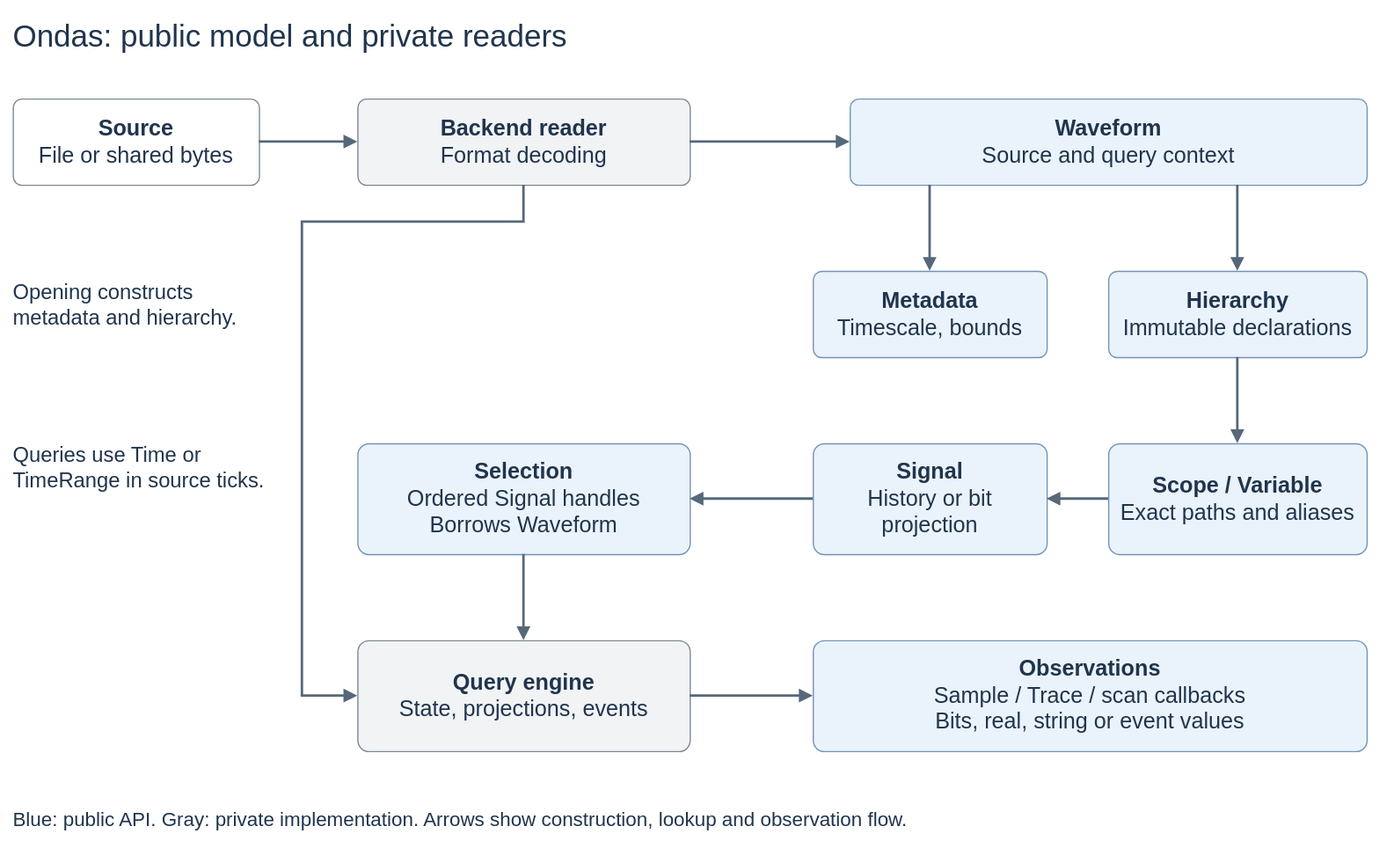
Earlier version of the draw.io export docs/images/architecture.drawio.svg (kleverhq/ondas). Source tidied: cells renumbered, new cells last; positions are measured from the earlier drawing's top-left corner, leaving out a move shared by most shapes.
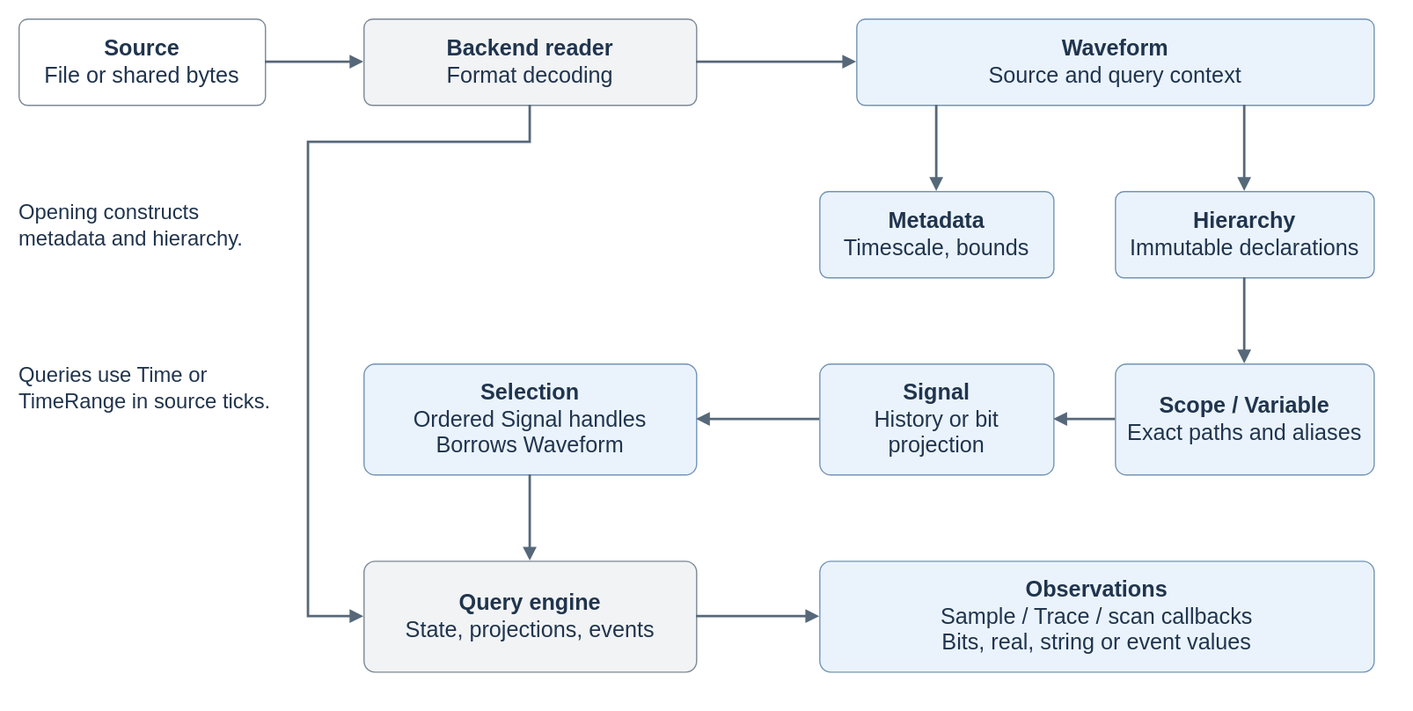
Later version of the same file.

Commit message:
docs(readme): document features and trim diagram

Change to the diagram source:
```diff
@@ -2,9 +2,6 @@
   <root>
     <mxCell id="0" />
     <mxCell id="1" parent="0" />
-    <mxCell id="2" value="Ondas: public model and private readers" style="rounded=1;arcSize=10;whiteSpace=wrap;html=1;fontFamily=Arial;fontSize=18;fontColor=#20344D;strokeColor=#7394B5;fillColor=#EAF3FC;spacing=10;shape=text;strokeColor=none;fillColor=none;align=left;spacing=0;fontSize=25;" parent="1" vertex="1">
-      <mxGeometry width="1100" height="35" as="geometry" />
-    </mxCell>
     <mxCell id="3" value="&lt;b&gt;Source&lt;/b&gt;&lt;br&gt;File or shared bytes" style="rounded=1;arcSize=10;whiteSpace=wrap;html=1;fontFamily=Arial;fontSize=18;fontColor=#20344D;strokeColor=#7394B5;fillColor=#EAF3FC;spacing=10;fillColor=#FFFFFF;strokeColor=#7C8894;" parent="1" vertex="1">
       <mxGeometry y="70" width="200" height="70" as="geometry" />
     </mxCell>
@@ -41,9 +38,6 @@
     <mxCell id="14" value="Opening constructs metadata and hierarchy." style="rounded=1;arcSize=10;whiteSpace=wrap;html=1;fontFamily=Arial;fontSize=18;fontColor=#20344D;strokeColor=#7394B5;fillColor=#EAF3FC;spacing=10;shape=text;strokeColor=none;fillColor=none;align=left;spacing=0;fontSize=17;" parent="1" vertex="1">
       <mxGeometry y="200" width="210" height="75" as="geometry" />
     </mxCell>
-    <mxCell id="15" value="Blue: public API. Gray: private implementation. Arrows show construction, lookup and observation flow." style="rounded=1;arcSize=10;whiteSpace=wrap;html=1;fontFamily=Arial;fontSize=18;fontColor=#20344D;strokeColor=#7394B5;fillColor=#EAF3FC;spacing=10;shape=text;strokeColor=none;fillColor=none;align=left;spacing=0;fontSize=16;" parent="1" vertex="1">
-      <mxGeometry y="640" width="1100" height="30" as="geometry" />
-    </mxCell>
     <mxCell id="16" style="edgeStyle=orthogonalEdgeStyle;rounded=0;html=1;strokeColor=#566879;strokeWidth=2;endArrow=block;endFill=1;exitX=1;exitY=0.5;entryX=0;entryY=0.5;" parent="1" edge="1" source="3" target="4">
       <mxGeometry relative="1" as="geometry" />
     </mxCell>
```
